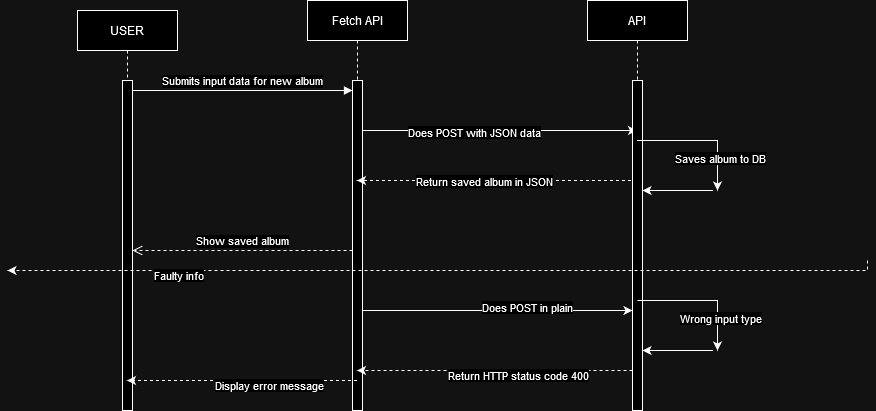
Before: Documentation/UMLDiagramPOST.png, a diagram exported from draw.io (LyonBerends/web-basics). Source tidied: cells renumbered, new cells last; positions are measured from the earlier drawing's top-left corner, leaving out a move shared by most shapes. Source of this version:
```xml
<mxGraphModel>
  <root>
    <mxCell id="0" />
    <mxCell id="1" parent="0" />
    <mxCell id="2" value="USER" style="shape=umlLifeline;perimeter=lifelinePerimeter;whiteSpace=wrap;html=1;newEdgeStyle={&quot;edgeStyle&quot;:&quot;elbowEdgeStyle&quot;,&quot;elbow&quot;:&quot;vertical&quot;,&quot;curved&quot;:0,&quot;rounded&quot;:0};" parent="1" vertex="1">
      <mxGeometry x="70" y="10" width="100" height="400" as="geometry" />
    </mxCell>
    <mxCell id="3" style="html=1;points=[];perimeter=orthogonalPerimeter;outlineConnect=0;targetShapes=umlLifeline;portConstraint=eastwest;newEdgeStyle={&quot;edgeStyle&quot;:&quot;elbowEdgeStyle&quot;,&quot;elbow&quot;:&quot;vertical&quot;,&quot;curved&quot;:0,&quot;rounded&quot;:0};" parent="2" vertex="1">
      <mxGeometry x="45" y="70" width="10" height="330" as="geometry" />
    </mxCell>
    <mxCell id="4" value="Fetch API" style="shape=umlLifeline;perimeter=lifelinePerimeter;whiteSpace=wrap;html=1;outlineConnect=0;portConstraint=eastwest;newEdgeStyle={&quot;edgeStyle&quot;:&quot;elbowEdgeStyle&quot;,&quot;elbow&quot;:&quot;vertical&quot;,&quot;curved&quot;:0,&quot;rounded&quot;:0};" parent="1" vertex="1">
      <mxGeometry x="300" width="100" height="410" as="geometry" />
    </mxCell>
    <mxCell id="5" style="html=1;points=[];perimeter=orthogonalPerimeter;outlineConnect=0;targetShapes=umlLifeline;portConstraint=eastwest;newEdgeStyle={&quot;edgeStyle&quot;:&quot;elbowEdgeStyle&quot;,&quot;elbow&quot;:&quot;vertical&quot;,&quot;curved&quot;:0,&quot;rounded&quot;:0};" parent="4" vertex="1">
      <mxGeometry x="45" y="80" width="10" height="330" as="geometry" />
    </mxCell>
    <mxCell id="6" value="Submits input data for new album" style="html=1;verticalAlign=bottom;endArrow=block;edgeStyle=elbowEdgeStyle;elbow=vertical;curved=0;rounded=0;" parent="1" edge="1" source="3" target="5">
      <mxGeometry relative="1" as="geometry">
        <Array as="points">
          <mxPoint x="200" y="90" />
        </Array>
      </mxGeometry>
    </mxCell>
    <mxCell id="7" value="Show saved album" style="html=1;verticalAlign=bottom;endArrow=open;dashed=1;endSize=8;edgeStyle=elbowEdgeStyle;elbow=vertical;curved=0;rounded=0;" parent="1" edge="1" source="5" target="3">
      <mxGeometry relative="1" as="geometry">
        <Array as="points">
          <mxPoint x="210" y="250" />
        </Array>
      </mxGeometry>
    </mxCell>
    <mxCell id="8" style="edgeStyle=elbowEdgeStyle;rounded=0;jettySize=auto;html=1;elbow=vertical;curved=0;dashed=1;" parent="1" edge="1" source="12" target="4">
      <mxGeometry relative="1" as="geometry">
        <Array as="points">
          <mxPoint x="510" y="180" />
          <mxPoint x="530" y="165" />
        </Array>
      </mxGeometry>
    </mxCell>
    <mxCell id="9" value="Return saved album in JSON " style="edgeLabel;html=1;align=center;verticalAlign=middle;" parent="8" vertex="1">
      <mxGeometry x="0.1" relative="1" as="geometry" />
    </mxCell>
    <mxCell id="10" style="edgeStyle=elbowEdgeStyle;rounded=0;jettySize=auto;html=1;elbow=vertical;curved=0;" parent="1" edge="1" source="5" target="12">
      <mxGeometry relative="1" as="geometry">
        <Array as="points">
          <mxPoint x="510" y="130" />
        </Array>
      </mxGeometry>
    </mxCell>
    <mxCell id="11" value="Does POST with JSON data" style="edgeLabel;html=1;align=center;verticalAlign=middle;" parent="10" vertex="1">
      <mxGeometry x="-0.19" y="-1" relative="1" as="geometry" />
    </mxCell>
    <mxCell id="12" value="API" style="shape=umlLifeline;perimeter=lifelinePerimeter;whiteSpace=wrap;html=1;outlineConnect=0;portConstraint=eastwest;newEdgeStyle={&quot;edgeStyle&quot;:&quot;elbowEdgeStyle&quot;,&quot;elbow&quot;:&quot;vertical&quot;,&quot;curved&quot;:0,&quot;rounded&quot;:0};" parent="1" vertex="1">
      <mxGeometry x="580" width="100" height="410" as="geometry" />
    </mxCell>
    <mxCell id="13" style="html=1;points=[];perimeter=orthogonalPerimeter;outlineConnect=0;targetShapes=umlLifeline;portConstraint=eastwest;newEdgeStyle={&quot;edgeStyle&quot;:&quot;elbowEdgeStyle&quot;,&quot;elbow&quot;:&quot;vertical&quot;,&quot;curved&quot;:0,&quot;rounded&quot;:0};" parent="12" vertex="1">
      <mxGeometry x="45" y="80" width="10" height="330" as="geometry" />
    </mxCell>
    <mxCell id="14" style="edgeStyle=elbowEdgeStyle;rounded=0;orthogonalLoop=1;jettySize=auto;html=1;elbow=vertical;curved=0;" parent="12" edge="1">
      <mxGeometry relative="1" as="geometry">
        <mxPoint x="60.5" y="190" as="sourcePoint" />
        <mxPoint x="55" y="190" as="targetPoint" />
        <Array as="points">
          <mxPoint x="125.5" y="190" />
        </Array>
      </mxGeometry>
    </mxCell>
    <mxCell id="15" style="edgeStyle=elbowEdgeStyle;rounded=0;jettySize=auto;html=1;elbow=vertical;curved=0;" parent="1" edge="1" source="12">
      <mxGeometry relative="1" as="geometry">
        <mxPoint x="710" y="190" as="targetPoint" />
        <Array as="points">
          <mxPoint x="730.5" y="140" />
        </Array>
      </mxGeometry>
    </mxCell>
    <mxCell id="16" value="Saves album to DB" style="edgeLabel;html=1;align=center;verticalAlign=middle;" parent="15" vertex="1">
      <mxGeometry x="0.49" y="2" relative="1" as="geometry" />
    </mxCell>
    <mxCell id="17" style="edgeStyle=elbowEdgeStyle;rounded=0;jettySize=auto;html=1;elbow=vertical;curved=0;" parent="1" edge="1" source="5" target="13">
      <mxGeometry relative="1" as="geometry">
        <Array as="points">
          <mxPoint x="490" y="310" />
        </Array>
      </mxGeometry>
    </mxCell>
    <mxCell id="18" value="Does POST in plain" style="edgeLabel;html=1;align=center;verticalAlign=middle;" parent="17" vertex="1">
      <mxGeometry x="0.21" y="4" relative="1" as="geometry" />
    </mxCell>
    <mxCell id="19" style="edgeStyle=elbowEdgeStyle;rounded=0;orthogonalLoop=1;jettySize=auto;html=1;elbow=vertical;curved=0;" parent="1" edge="1">
      <mxGeometry relative="1" as="geometry">
        <mxPoint x="640.5" y="350" as="sourcePoint" />
        <mxPoint x="635" y="350" as="targetPoint" />
        <Array as="points">
          <mxPoint x="705.5" y="350" />
        </Array>
      </mxGeometry>
    </mxCell>
    <mxCell id="20" style="edgeStyle=elbowEdgeStyle;rounded=0;orthogonalLoop=1;jettySize=auto;html=1;elbow=vertical;curved=0;" parent="1" edge="1">
      <mxGeometry relative="1" as="geometry">
        <mxPoint x="630" y="300" as="sourcePoint" />
        <mxPoint x="710" y="350" as="targetPoint" />
        <Array as="points">
          <mxPoint x="730.5" y="300" />
        </Array>
      </mxGeometry>
    </mxCell>
    <mxCell id="21" value="&lt;div&gt;Wrong input type&lt;/div&gt;" style="edgeLabel;html=1;align=center;verticalAlign=middle;" parent="20" vertex="1">
      <mxGeometry x="0.49" y="2" relative="1" as="geometry" />
    </mxCell>
    <mxCell id="22" style="edgeStyle=elbowEdgeStyle;rounded=0;jettySize=auto;html=1;elbow=vertical;curved=0;dashed=1;" parent="1" edge="1" source="13" target="4">
      <mxGeometry relative="1" as="geometry">
        <Array as="points">
          <mxPoint x="505" y="370" />
        </Array>
      </mxGeometry>
    </mxCell>
    <mxCell id="23" value="Return HTTP status code 400" style="edgeLabel;html=1;align=center;verticalAlign=middle;" parent="22" vertex="1">
      <mxGeometry x="0.21" y="4" relative="1" as="geometry">
        <mxPoint x="52" as="offset" />
      </mxGeometry>
    </mxCell>
    <mxCell id="24" style="edgeStyle=elbowEdgeStyle;rounded=0;orthogonalLoop=1;jettySize=auto;html=1;elbow=vertical;curved=0;dashed=1;" parent="1" edge="1">
      <mxGeometry relative="1" as="geometry">
        <mxPoint x="349.5" y="380" as="sourcePoint" />
        <mxPoint x="119.5" y="380" as="targetPoint" />
        <Array as="points">
          <mxPoint x="230" y="380" />
        </Array>
      </mxGeometry>
    </mxCell>
    <mxCell id="25" value="Display error message" style="edgeLabel;html=1;align=center;verticalAlign=middle;" parent="24" vertex="1">
      <mxGeometry x="0.21" y="4" relative="1" as="geometry">
        <mxPoint x="52" as="offset" />
      </mxGeometry>
    </mxCell>
    <mxCell id="26" style="edgeStyle=elbowEdgeStyle;rounded=0;orthogonalLoop=1;jettySize=auto;html=1;elbow=vertical;curved=0;dashed=1;" parent="1" edge="1">
      <mxGeometry relative="1" as="geometry">
        <mxPoint x="860" y="260" as="sourcePoint" />
        <mxPoint y="270" as="targetPoint" />
        <Array as="points">
          <mxPoint x="485" y="270" />
        </Array>
      </mxGeometry>
    </mxCell>
    <mxCell id="27" value="Faulty info" style="edgeLabel;html=1;align=center;verticalAlign=middle;" parent="26" vertex="1">
      <mxGeometry x="0.21" y="4" relative="1" as="geometry">
        <mxPoint x="-172" as="offset" />
      </mxGeometry>
    </mxCell>
  </root>
</mxGraphModel>
```
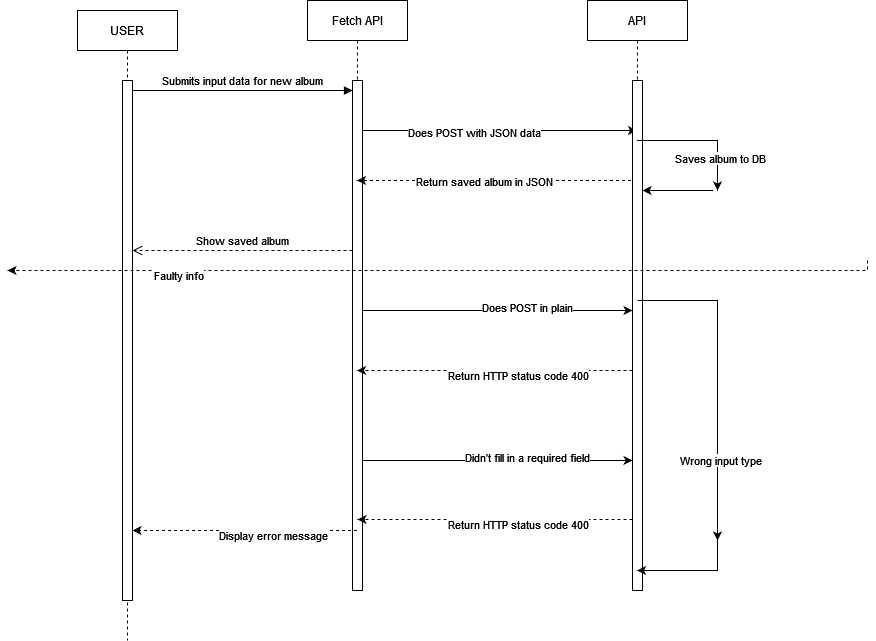
Later version of the same file.

What changed in the source:
```diff
@@ -3,16 +3,16 @@
     <mxCell id="0" />
     <mxCell id="1" parent="0" />
     <mxCell id="2" value="USER" style="shape=umlLifeline;perimeter=lifelinePerimeter;whiteSpace=wrap;html=1;newEdgeStyle={&quot;edgeStyle&quot;:&quot;elbowEdgeStyle&quot;,&quot;elbow&quot;:&quot;vertical&quot;,&quot;curved&quot;:0,&quot;rounded&quot;:0};" parent="1" vertex="1">
-      <mxGeometry x="70" y="10" width="100" height="400" as="geometry" />
+      <mxGeometry x="70" y="10" width="100" height="630" as="geometry" />
     </mxCell>
     <mxCell id="3" style="html=1;points=[];perimeter=orthogonalPerimeter;outlineConnect=0;targetShapes=umlLifeline;portConstraint=eastwest;newEdgeStyle={&quot;edgeStyle&quot;:&quot;elbowEdgeStyle&quot;,&quot;elbow&quot;:&quot;vertical&quot;,&quot;curved&quot;:0,&quot;rounded&quot;:0};" parent="2" vertex="1">
-      <mxGeometry x="45" y="70" width="10" height="330" as="geometry" />
+      <mxGeometry x="45" y="70" width="10" height="520" as="geometry" />
     </mxCell>
     <mxCell id="4" value="Fetch API" style="shape=umlLifeline;perimeter=lifelinePerimeter;whiteSpace=wrap;html=1;outlineConnect=0;portConstraint=eastwest;newEdgeStyle={&quot;edgeStyle&quot;:&quot;elbowEdgeStyle&quot;,&quot;elbow&quot;:&quot;vertical&quot;,&quot;curved&quot;:0,&quot;rounded&quot;:0};" parent="1" vertex="1">
-      <mxGeometry x="300" width="100" height="410" as="geometry" />
+      <mxGeometry x="300" width="100" height="590" as="geometry" />
     </mxCell>
     <mxCell id="5" style="html=1;points=[];perimeter=orthogonalPerimeter;outlineConnect=0;targetShapes=umlLifeline;portConstraint=eastwest;newEdgeStyle={&quot;edgeStyle&quot;:&quot;elbowEdgeStyle&quot;,&quot;elbow&quot;:&quot;vertical&quot;,&quot;curved&quot;:0,&quot;rounded&quot;:0};" parent="4" vertex="1">
-      <mxGeometry x="45" y="80" width="10" height="330" as="geometry" />
+      <mxGeometry x="45" y="80" width="10" height="510" as="geometry" />
     </mxCell>
     <mxCell id="6" value="Submits input data for new album" style="html=1;verticalAlign=bottom;endArrow=block;edgeStyle=elbowEdgeStyle;elbow=vertical;curved=0;rounded=0;" parent="1" edge="1" source="3" target="5">
       <mxGeometry relative="1" as="geometry">
@@ -50,10 +50,10 @@
       <mxGeometry x="-0.19" y="-1" relative="1" as="geometry" />
     </mxCell>
     <mxCell id="12" value="API" style="shape=umlLifeline;perimeter=lifelinePerimeter;whiteSpace=wrap;html=1;outlineConnect=0;portConstraint=eastwest;newEdgeStyle={&quot;edgeStyle&quot;:&quot;elbowEdgeStyle&quot;,&quot;elbow&quot;:&quot;vertical&quot;,&quot;curved&quot;:0,&quot;rounded&quot;:0};" parent="1" vertex="1">
-      <mxGeometry x="580" width="100" height="410" as="geometry" />
+      <mxGeometry x="580" width="100" height="590" as="geometry" />
     </mxCell>
     <mxCell id="13" style="html=1;points=[];perimeter=orthogonalPerimeter;outlineConnect=0;targetShapes=umlLifeline;portConstraint=eastwest;newEdgeStyle={&quot;edgeStyle&quot;:&quot;elbowEdgeStyle&quot;,&quot;elbow&quot;:&quot;vertical&quot;,&quot;curved&quot;:0,&quot;rounded&quot;:0};" parent="12" vertex="1">
-      <mxGeometry x="45" y="80" width="10" height="330" as="geometry" />
+      <mxGeometry x="45" y="80" width="10" height="510" as="geometry" />
     </mxCell>
     <mxCell id="14" style="edgeStyle=elbowEdgeStyle;rounded=0;orthogonalLoop=1;jettySize=auto;html=1;elbow=vertical;curved=0;" parent="12" edge="1">
       <mxGeometry relative="1" as="geometry">
@@ -85,19 +85,18 @@
     <mxCell id="18" value="Does POST in plain" style="edgeLabel;html=1;align=center;verticalAlign=middle;" parent="17" vertex="1">
       <mxGeometry x="0.21" y="4" relative="1" as="geometry" />
     </mxCell>
-    <mxCell id="19" style="edgeStyle=elbowEdgeStyle;rounded=0;orthogonalLoop=1;jettySize=auto;html=1;elbow=vertical;curved=0;" parent="1" edge="1">
+    <mxCell id="19" style="edgeStyle=elbowEdgeStyle;rounded=0;jettySize=auto;html=1;elbow=vertical;curved=0;" parent="1" edge="1" target="12">
       <mxGeometry relative="1" as="geometry">
-        <mxPoint x="640.5" y="350" as="sourcePoint" />
-        <mxPoint x="635" y="350" as="targetPoint" />
+        <mxPoint x="710" y="530" as="sourcePoint" />
         <Array as="points">
-          <mxPoint x="705.5" y="350" />
+          <mxPoint x="720.5" y="570" />
         </Array>
       </mxGeometry>
     </mxCell>
     <mxCell id="20" style="edgeStyle=elbowEdgeStyle;rounded=0;orthogonalLoop=1;jettySize=auto;html=1;elbow=vertical;curved=0;" parent="1" edge="1">
       <mxGeometry relative="1" as="geometry">
         <mxPoint x="630" y="300" as="sourcePoint" />
-        <mxPoint x="710" y="350" as="targetPoint" />
+        <mxPoint x="710" y="540" as="targetPoint" />
         <Array as="points">
           <mxPoint x="730.5" y="300" />
         </Array>
@@ -118,12 +117,10 @@
         <mxPoint x="52" as="offset" />
       </mxGeometry>
     </mxCell>
-    <mxCell id="24" style="edgeStyle=elbowEdgeStyle;rounded=0;orthogonalLoop=1;jettySize=auto;html=1;elbow=vertical;curved=0;dashed=1;" parent="1" edge="1">
+    <mxCell id="24" style="edgeStyle=elbowEdgeStyle;rounded=0;jettySize=auto;html=1;elbow=vertical;curved=0;dashed=1;" parent="1" edge="1" source="4" target="3">
       <mxGeometry relative="1" as="geometry">
-        <mxPoint x="349.5" y="380" as="sourcePoint" />
-        <mxPoint x="119.5" y="380" as="targetPoint" />
         <Array as="points">
-          <mxPoint x="230" y="380" />
+          <mxPoint x="230" y="530" />
         </Array>
       </mxGeometry>
     </mxCell>
@@ -146,5 +143,31 @@
         <mxPoint x="-172" as="offset" />
       </mxGeometry>
     </mxCell>
+    <mxCell id="28" style="edgeStyle=elbowEdgeStyle;rounded=0;orthogonalLoop=1;jettySize=auto;html=1;elbow=vertical;curved=0;" parent="1" edge="1">
+      <mxGeometry relative="1" as="geometry">
+        <mxPoint x="355" y="460" as="sourcePoint" />
+        <mxPoint x="625" y="460" as="targetPoint" />
+        <Array as="points">
+          <mxPoint x="490" y="460" />
+        </Array>
+      </mxGeometry>
+    </mxCell>
+    <mxCell id="29" value="Didn't fill in a required field" style="edgeLabel;html=1;align=center;verticalAlign=middle;" parent="28" vertex="1">
+      <mxGeometry x="0.21" y="4" relative="1" as="geometry" />
+    </mxCell>
+    <mxCell id="30" style="edgeStyle=elbowEdgeStyle;rounded=0;orthogonalLoop=1;jettySize=auto;html=1;elbow=vertical;curved=0;dashed=1;" parent="1" edge="1">
+      <mxGeometry relative="1" as="geometry">
+        <mxPoint x="625" y="519" as="sourcePoint" />
+        <mxPoint x="350" y="519" as="targetPoint" />
+        <Array as="points">
+          <mxPoint x="505" y="519" />
+        </Array>
+      </mxGeometry>
+    </mxCell>
+    <mxCell id="31" value="Return HTTP status code 400" style="edgeLabel;html=1;align=center;verticalAlign=middle;" parent="30" vertex="1">
+      <mxGeometry x="0.21" y="4" relative="1" as="geometry">
+        <mxPoint x="52" as="offset" />
+      </mxGeometry>
+    </mxCell>
   </root>
 </mxGraphModel>
```
